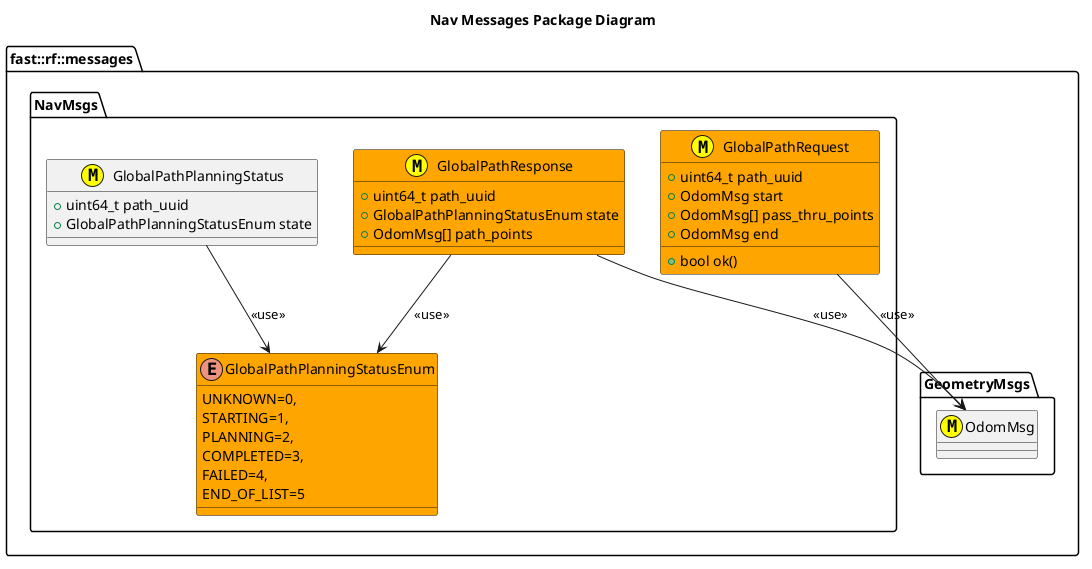
Earlier version of the PlantUML export msgs/NavMsgs/doc/puml/NavMessagesClassDiagram.png (fastrobotics/robot_framework).
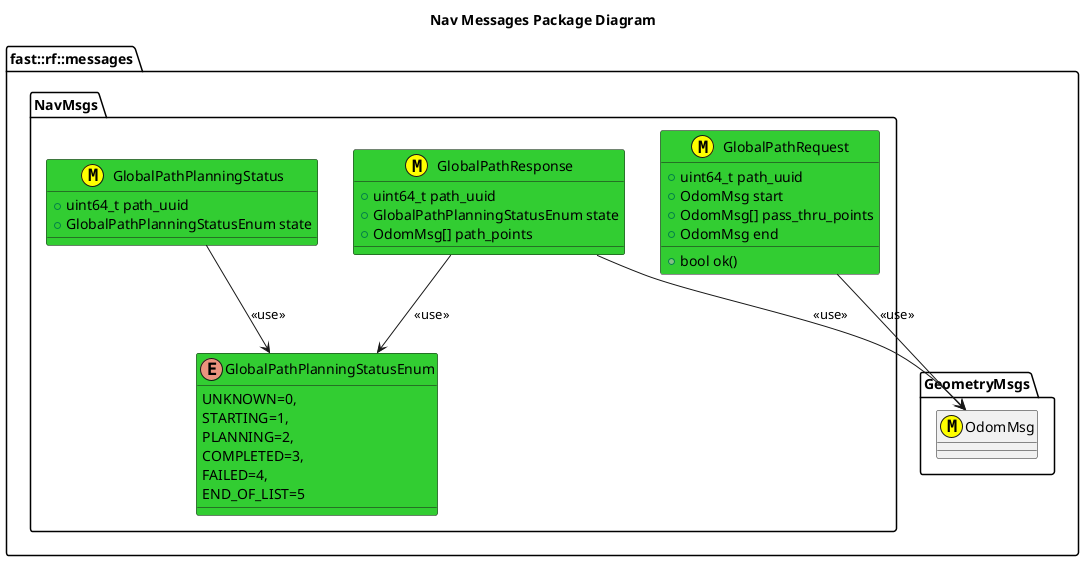
The same diagram one commit later.

The edit, as a diff of the source:
```diff
@@ -6,7 +6,7 @@
     class OdomMsg <<(M,#FFFF00)>>
   }
   namespace NavMsgs  {
-    class GlobalPathRequest <<(M,#FFFF00)>> #Orange {
+    class GlobalPathRequest <<(M,#FFFF00)>> #LimeGreen {
       +uint64_t path_uuid
       +OdomMsg start
       +OdomMsg[] pass_thru_points
@@ -14,7 +14,7 @@
       +bool ok()
 
     }
-    enum GlobalPathPlanningStatusEnum #Orange
+    enum GlobalPathPlanningStatusEnum #LimeGreen
     {
       UNKNOWN=0,
       STARTING=1,
@@ -25,14 +25,14 @@
 
     }
     GlobalPathRequest --> OdomMsg: <<use>>
-    class GlobalPathResponse <<(M,#FFFF00)>> #Orange {
+    class GlobalPathResponse <<(M,#FFFF00)>> #LimeGreen {
       +uint64_t path_uuid
       +GlobalPathPlanningStatusEnum state
       +OdomMsg[] path_points
     }
     GlobalPathResponse --> OdomMsg: <<use>>
     GlobalPathResponse --> GlobalPathPlanningStatusEnum: <<use>>
-    class GlobalPathPlanningStatus <<(M,#FFFF00)>> {
+    class GlobalPathPlanningStatus <<(M,#FFFF00)>> #LimeGreen {
       +uint64_t path_uuid
       +GlobalPathPlanningStatusEnum state
     }
```
